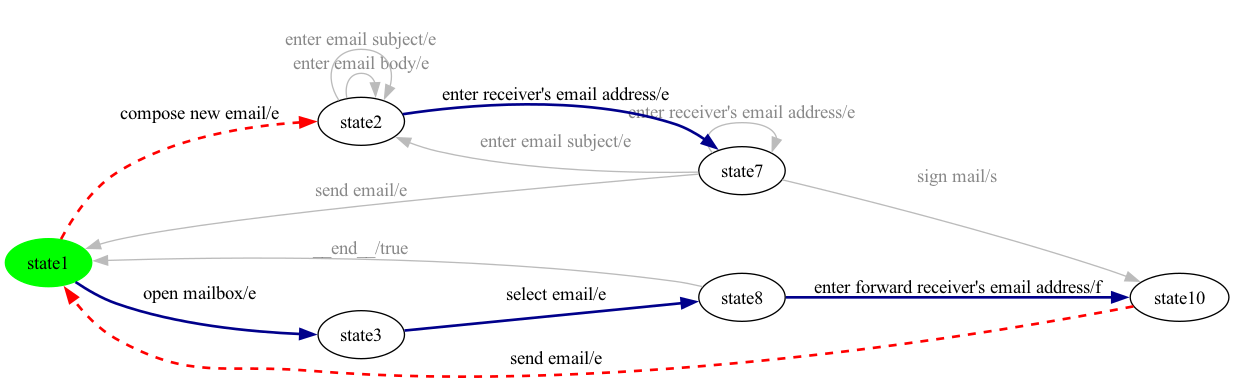
This is milestone-reports/per-product-all-states/eMail/eMail-product8-walk.png from dilekozturk93/vibes, a Graphviz export, as it was before one commit. Its source is kept beside it as milestone-reports/per-product-all-states/eMail/eMail-product8-walk.dot.
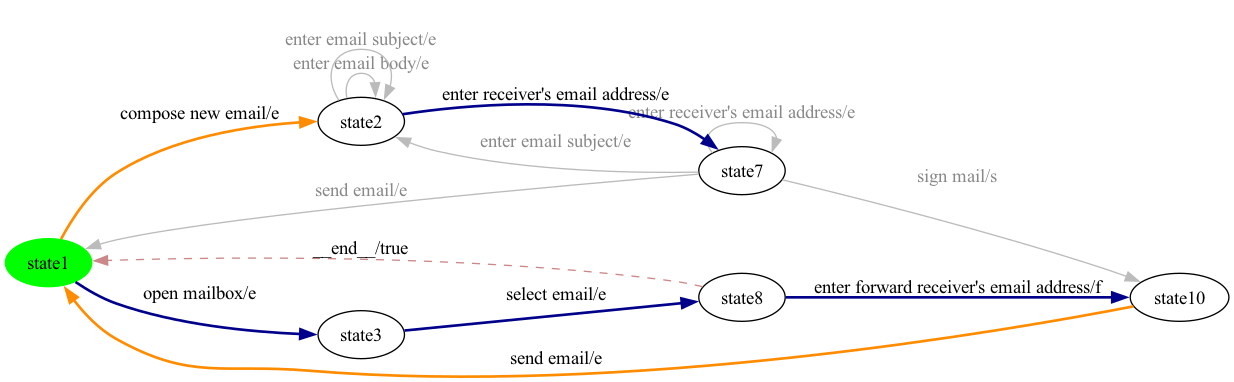
After the change.

The edit, as a diff of the source:
```diff
@@ -12,11 +12,11 @@
 state4 -> state2 [ label=" enter receiver's email address/e ", style=bold, color=darkblue, penwidth=2 ];
 state2 -> state4 [ label=" enter email subject/e ", color="#bbbbbb", fontcolor="#888888" ];
 state1 -> state3 [ label=" enter forward receiver's email address/f ", style=bold, color=darkblue, penwidth=2 ];
-state1 -> state0 [ label=" __end__/true ", color="#bbbbbb", fontcolor="#888888" ];
+state1 -> state0 [ label=" __end__/true ", style=dashed, color="#cc8888" ];
 state0 -> state5 [ label=" open mailbox/e ", style=bold, color=darkblue, penwidth=2 ];
-state0 -> state4 [ label=" compose new email/e ", style=dashed, color=red, penwidth=2 ];
+state0 -> state4 [ label=" compose new email/e ", style=bold, color=darkorange, penwidth=2 ];
 state4 -> state4 [ label=" enter email body/e ", color="#bbbbbb", fontcolor="#888888" ];
 state4 -> state4 [ label=" enter email subject/e ", color="#bbbbbb", fontcolor="#888888" ];
-state3 -> state0 [ label=" send email/e ", style=dashed, color=red, penwidth=2 ];
+state3 -> state0 [ label=" send email/e ", style=bold, color=darkorange, penwidth=2 ];
 state2 -> state2 [ label=" enter receiver's email address/e ", color="#bbbbbb", fontcolor="#888888" ];
 }
```
